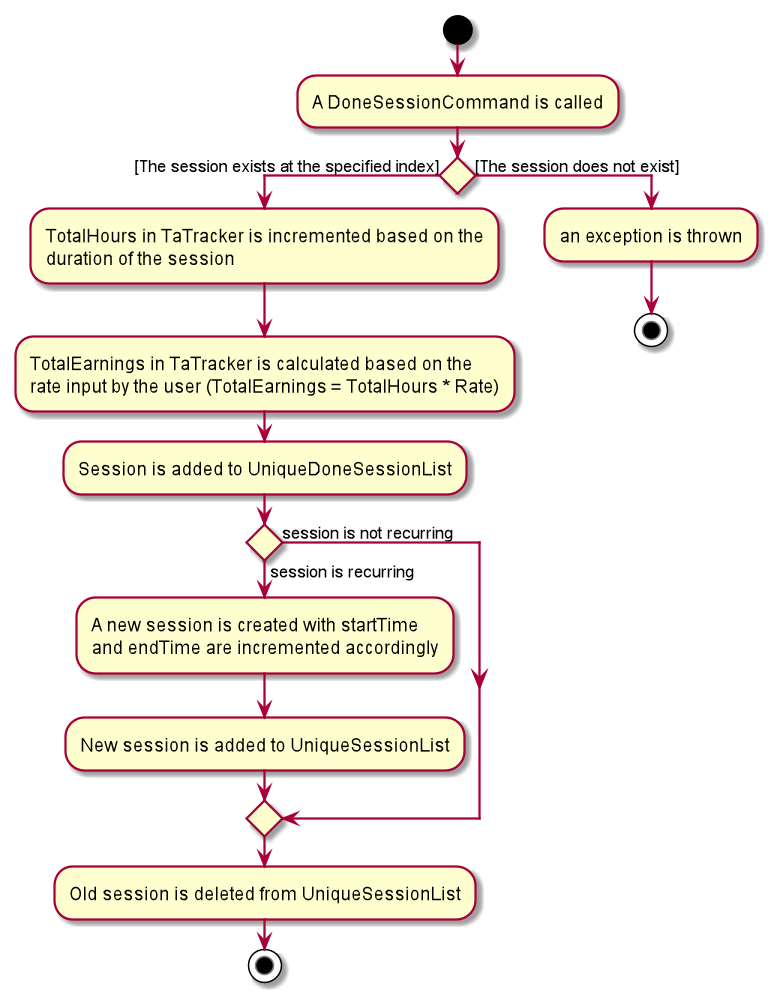
Above: docs/images/TssActivityDiagram.png in nus-cs2103-AY1920S2/addressbook-level3 (PlantUML), before the change. Its diagram source:
```plantuml
@startuml
start
:A DoneSessionCommand is called;

if () then ([The session exists at the specified index])
  :TotalHours in TaTracker is incremented based on the
  duration of the session;
  :TotalEarnings in TaTracker is calculated based on the
  rate input by the user (TotalEarnings = TotalHours * Rate);
  :Session is added to UniqueDoneSessionList;

  if () then (session is recurring)
    :A new session is created with startTime
    and endTime are incremented accordingly;
    :New session is added to UniqueSessionList;

    else (session is not recurring)
endif
    :Old session is deleted from UniqueSessionList;

    stop

else([The session does not exist])
  :an exception is thrown;
stop
@enduml
```
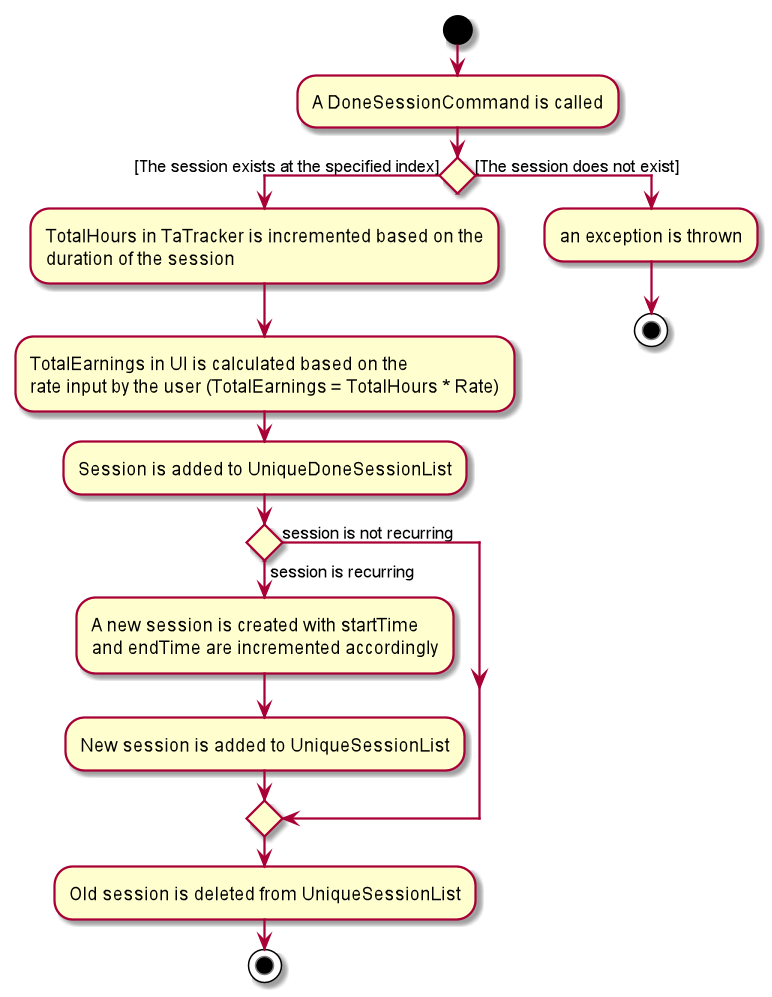
After the commit.

The edit, as a diff of the source:
```diff
@@ -5,7 +5,7 @@
 if () then ([The session exists at the specified index])
   :TotalHours in TaTracker is incremented based on the
   duration of the session;
-  :TotalEarnings in TaTracker is calculated based on the
+  :TotalEarnings in UI is calculated based on the
   rate input by the user (TotalEarnings = TotalHours * Rate);
   :Session is added to UniqueDoneSessionList;
 
```
